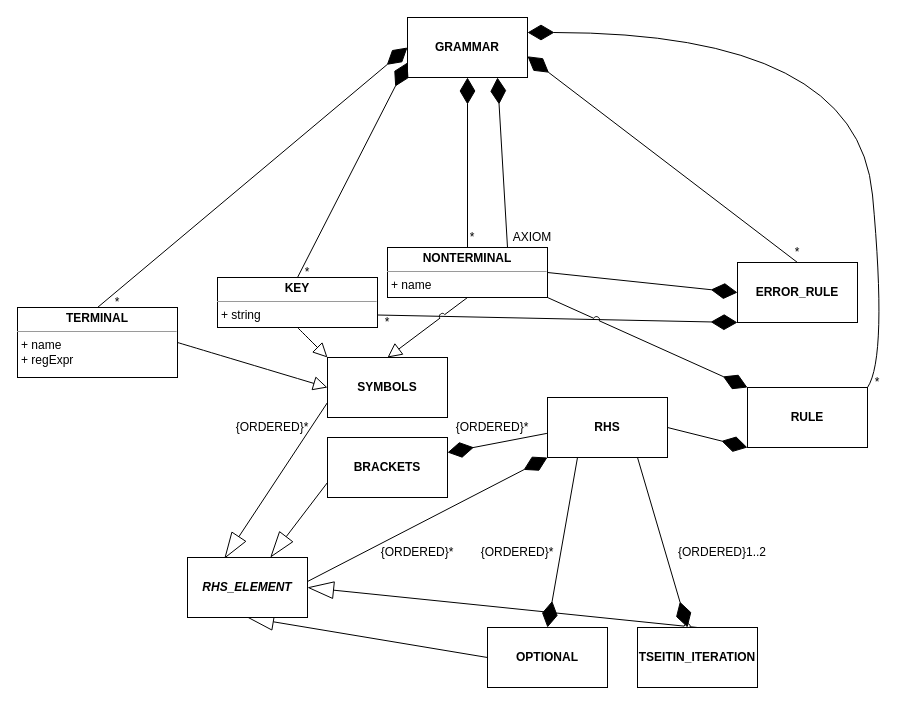
Before: _docs/raw_diagrams/metamodel.drawio in aVorotnikov/dsl_generator, a draw.io diagram. Source tidied: cells renumbered, new cells numbered last; positions are measured from the earlier drawing's top-left corner, leaving out a move shared by most shapes. Both pictures are drawn from the tidied source at 100%, with x=0, y=0 at pixel (17, 17).
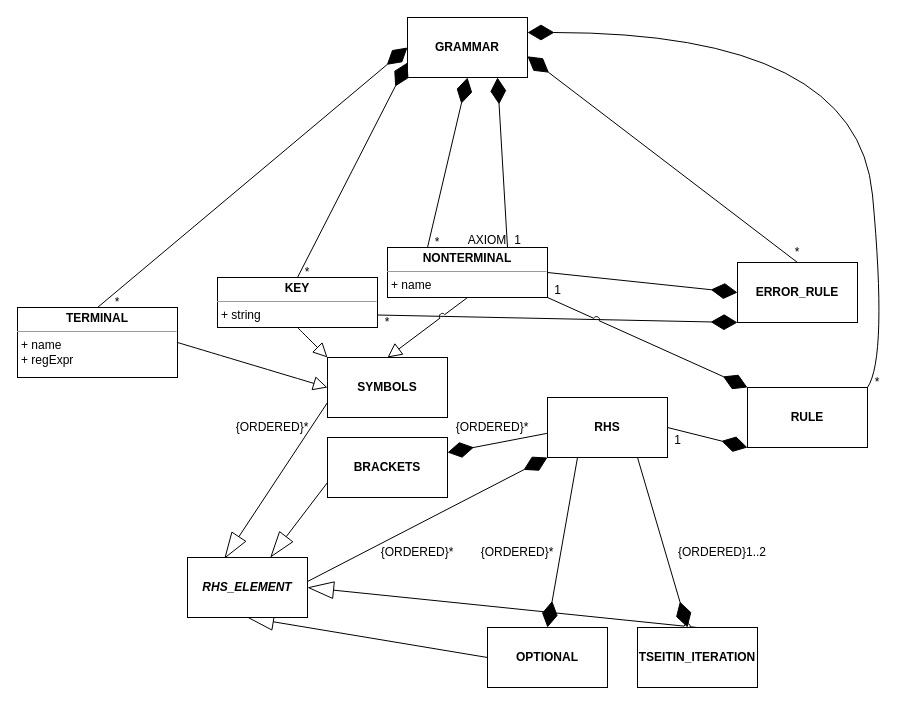
Above is the later version.

Commit message:
Fix RBNF metamodel

The change refers to these unchanged cells:
```xml
<mxCell id="2" value="&lt;b&gt;GRAMMAR&lt;/b&gt;" style="rounded=0;whiteSpace=wrap;html=1;" parent="1" vertex="1">
  <mxGeometry x="390" width="120" height="60" as="geometry" />
</mxCell>
<mxCell id="4" value="&lt;p style=&quot;margin:0px;margin-top:4px;text-align:center;&quot;&gt;&lt;b&gt;NONTERMINAL&lt;/b&gt;&lt;/p&gt;&lt;hr size=&quot;1&quot;&gt;&lt;p style=&quot;margin:0px;margin-left:4px;&quot;&gt;+ name&lt;/p&gt;" style="verticalAlign=top;align=left;overflow=fill;fontSize=12;fontFamily=Helvetica;html=1;" parent="1" vertex="1">
  <mxGeometry x="370" y="230" width="160" height="50" as="geometry" />
</mxCell>
```

Diff of the diagram source:
```diff
@@
-    <mxCell id="9" style="endArrow=diamondThin;endFill=1;endSize=24;html=1;rounded=0;exitX=0.5;exitY=0;exitDx=0;exitDy=0;entryX=0.5;entryY=1;entryDx=0;entryDy=0;" parent="1" edge="1" source="4" target="2">
+    <mxCell id="9" style="endArrow=diamondThin;endFill=1;endSize=24;html=1;rounded=0;exitX=0.25;exitY=0;exitDx=0;exitDy=0;entryX=0.5;entryY=1;entryDx=0;entryDy=0;" parent="1" edge="1" source="4" target="2">
       <mxGeometry relative="1" as="geometry" />
     </mxCell>
     <mxCell id="10" value="*" style="text;html=1;strokeColor=none;fillColor=none;align=center;verticalAlign=middle;whiteSpace=wrap;rounded=0;" parent="1" vertex="1">
-      <mxGeometry x="445" y="205" width="20" height="30" as="geometry" />
+      <mxGeometry x="410" y="210" width="20" height="30" as="geometry" />
     </mxCell>
@@
     <mxCell id="41" value="AXIOM" style="text;html=1;strokeColor=none;fillColor=none;align=center;verticalAlign=middle;whiteSpace=wrap;rounded=0;" parent="1" vertex="1">
-      <mxGeometry x="490" y="212.5" width="50" height="15" as="geometry" />
+      <mxGeometry x="445" y="215" width="50" height="15" as="geometry" />
     </mxCell>
@@
+    <mxCell id="47" value="1" style="text;html=1;align=center;verticalAlign=middle;strokeColor=none;fillColor=none;" parent="1" vertex="1">
+      <mxGeometry x="525" y="258" width="30" height="30" as="geometry" />
+    </mxCell>
+    <mxCell id="48" value="1" style="text;html=1;align=center;verticalAlign=middle;strokeColor=none;fillColor=none;" parent="1" vertex="1">
+      <mxGeometry x="485" y="207.5" width="30" height="30" as="geometry" />
+    </mxCell>
+    <mxCell id="49" value="1" style="text;html=1;align=center;verticalAlign=middle;strokeColor=none;fillColor=none;" parent="1" vertex="1">
+      <mxGeometry x="645" y="408" width="30" height="30" as="geometry" />
+    </mxCell>
```
